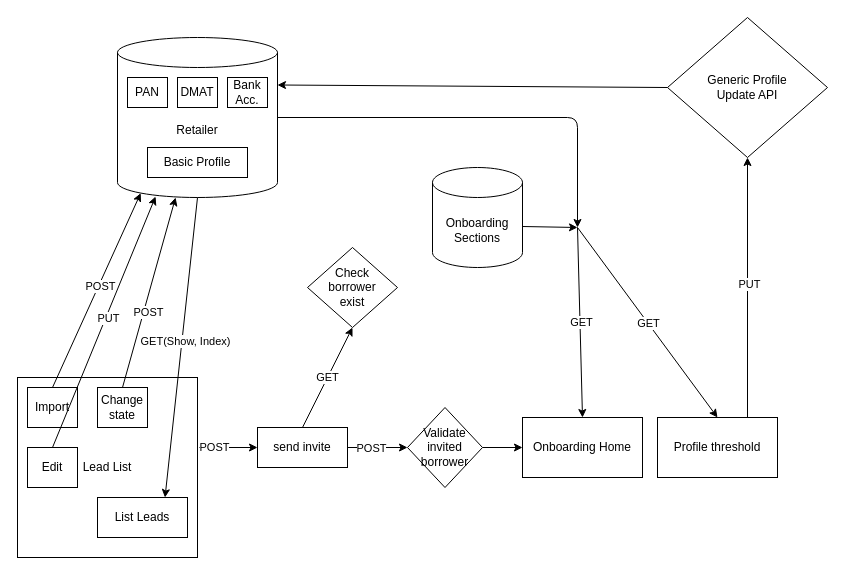
danivijay/flow_diagrams keeps this draw.io diagram as files/retail_onboarding.drawio. Above is the earlier version. Source tidied: cells renumbered, new cells numbered last; positions are measured from the earlier drawing's top-left corner, leaving out a move shared by most shapes. Both pictures are drawn from the tidied source at 100%, with x=0, y=0 at pixel (17, 17).
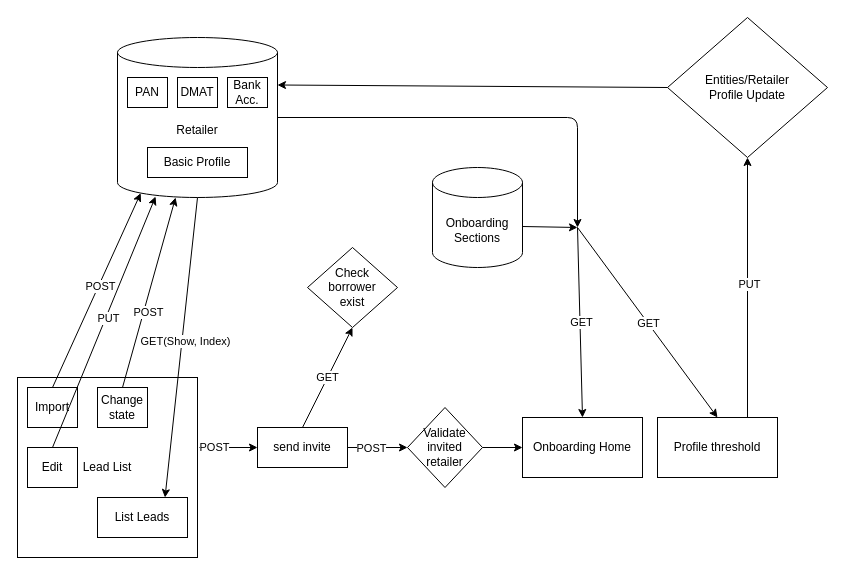
The same page after the edit.

Change to the diagram source:
```diff
@@
-    <mxCell id="34" value="Generic Profile&lt;br&gt;Update API" style="rhombus;whiteSpace=wrap;html=1;" parent="1" vertex="1">
+    <mxCell id="34" value="Entities/Retailer &lt;br&gt;Profile Update" style="rhombus;whiteSpace=wrap;html=1;" parent="1" vertex="1">
       <mxGeometry x="650" width="160" height="140" as="geometry" />
     </mxCell>
@@
-    <mxCell id="39" value="Validate &lt;br&gt;invited &lt;br&gt;borrower" style="rhombus;whiteSpace=wrap;html=1;" parent="1" vertex="1">
+    <mxCell id="39" value="Validate &lt;br&gt;invited &lt;br&gt;retailer" style="rhombus;whiteSpace=wrap;html=1;" parent="1" vertex="1">
       <mxGeometry x="390" y="390" width="75" height="80" as="geometry" />
     </mxCell>
```
